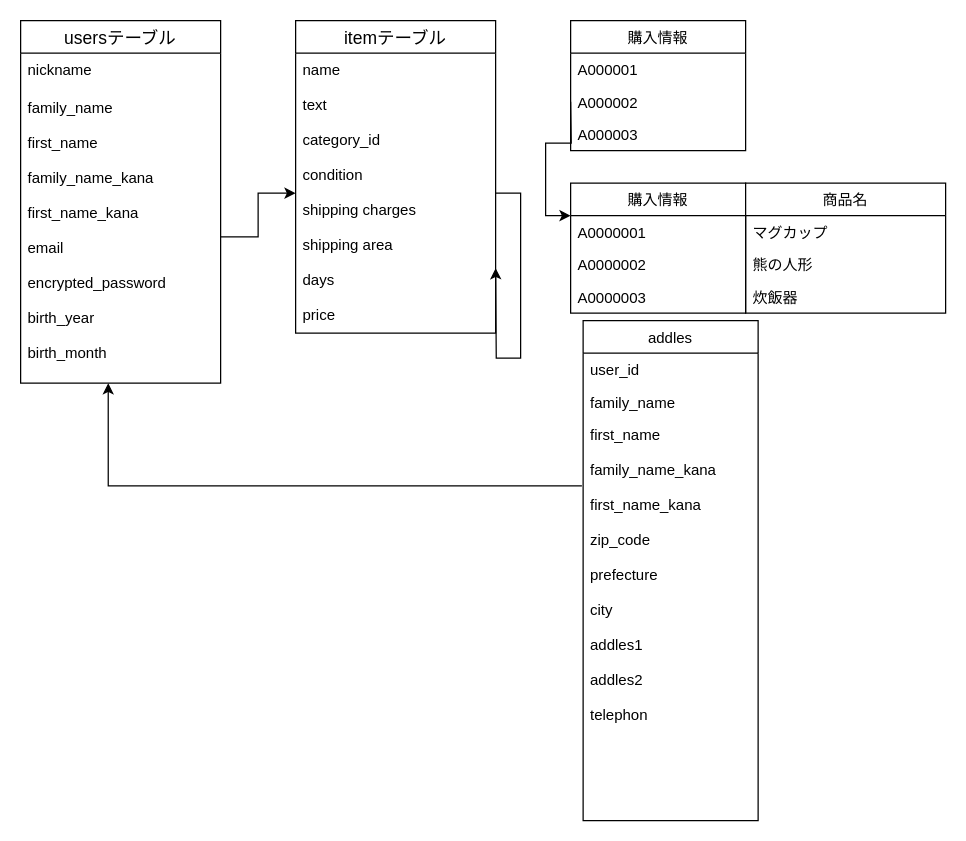
This is app/test.dio from techman104/furima362381, a draw.io file, before an edit. Source tidied: cells renumbered, new cells numbered last; positions are measured from the earlier drawing's top-left corner, leaving out a move shared by most shapes. Both pictures are drawn from the tidied source at 125%, with x=0, y=0 at pixel (20, 20).
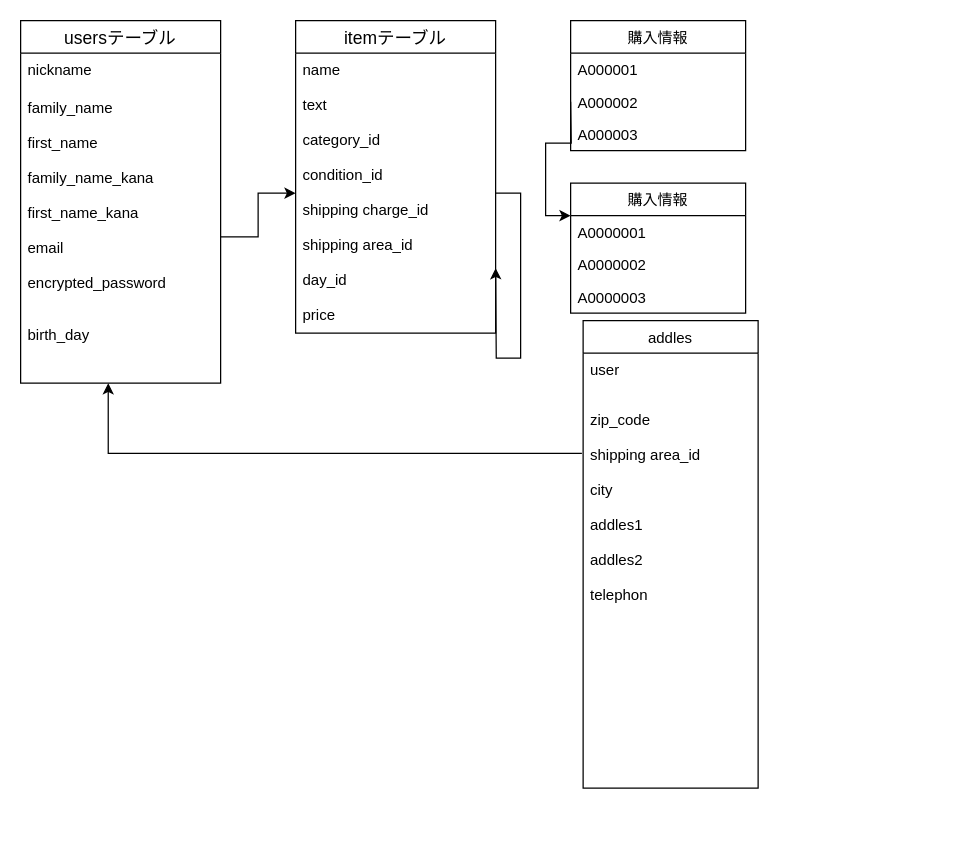
The same page after the edit.

Commit message (it also covers changes not shown here):
read meの修正

The change refers to these unchanged cells:
```xml
<mxCell id="2" value="usersテーブル" style="swimlane;fontStyle=0;horizontal=1;startSize=26;align=center;fontSize=14;" parent="1" vertex="1">
  <mxGeometry width="160" height="290" as="geometry" />
</mxCell>
<mxCell id="6" value="itemテーブル" style="swimlane;fontStyle=0;horizontal=1;startSize=26;align=center;fontSize=14;" parent="1" vertex="1">
  <mxGeometry x="220" width="160" height="250" as="geometry" />
</mxCell>
```

Change to the diagram source:
```diff
@@
-    <mxCell id="4" value="family_name&#10;&#10;first_name&#10;&#10;family_name_kana&#10;&#10;first_name_kana&#10;&#10;email&#10;&#10;encrypted_password&#10;&#10;birth_year&#10;&#10;birth_month&#10;&#10;" style="text;strokeColor=none;fillColor=none;spacingLeft=4;spacingRight=4;overflow=hidden;points=[[0,0.5],[1,0.5]];portConstraint=eastwest;fontSize=12;" parent="2" vertex="1">
+    <mxCell id="4" value="family_name&#10;&#10;first_name&#10;&#10;family_name_kana&#10;&#10;first_name_kana&#10;&#10;email&#10;&#10;encrypted_password&#10;&#10;&#10;birth_day&#10;&#10;" style="text;strokeColor=none;fillColor=none;spacingLeft=4;spacingRight=4;overflow=hidden;points=[[0,0.5],[1,0.5]];portConstraint=eastwest;fontSize=12;" parent="2" vertex="1">
       <mxGeometry y="56" width="160" height="234" as="geometry" />
     </mxCell>
@@
-    <mxCell id="7" value="name&#10;&#10;text&#10;&#10;category_id&#10;&#10;condition&#10;&#10;shipping charges&#10;&#10;shipping area&#10;&#10;days&#10;&#10;price&#10;&#10;" style="text;strokeColor=none;fillColor=none;spacingLeft=4;spacingRight=4;overflow=hidden;points=[[0,0.5],[1,0.5]];portConstraint=eastwest;fontSize=12;" parent="6" vertex="1">
+    <mxCell id="7" value="name&#10;&#10;text&#10;&#10;category_id&#10;&#10;condition_id&#10;&#10;shipping charge_id&#10;&#10;shipping area_id&#10;&#10;day_id&#10;&#10;price&#10;&#10;" style="text;strokeColor=none;fillColor=none;spacingLeft=4;spacingRight=4;overflow=hidden;points=[[0,0.5],[1,0.5]];portConstraint=eastwest;fontSize=12;" parent="6" vertex="1">
       <mxGeometry y="26" width="160" height="224" as="geometry" />
     </mxCell>
@@
-    <mxCell id="21" value="商品名" style="swimlane;fontStyle=0;horizontal=1;startSize=26;" parent="1" vertex="1">
-      <mxGeometry x="580" y="130" width="160" height="104" as="geometry" />
-    </mxCell>
-    <mxCell id="22" value="マグカップ" style="text;strokeColor=none;fillColor=none;align=left;verticalAlign=top;spacingLeft=4;spacingRight=4;overflow=hidden;" parent="21" vertex="1">
-      <mxGeometry y="26" width="160" height="26" as="geometry" />
-    </mxCell>
-    <mxCell id="23" value="熊の人形" style="text;strokeColor=none;fillColor=none;align=left;verticalAlign=top;spacingLeft=4;spacingRight=4;overflow=hidden;" parent="21" vertex="1">
-      <mxGeometry y="52" width="160" height="26" as="geometry" />
-    </mxCell>
-    <mxCell id="24" value="炊飯器" style="text;strokeColor=none;fillColor=none;align=left;verticalAlign=top;spacingLeft=4;spacingRight=4;overflow=hidden;" parent="21" vertex="1">
-      <mxGeometry y="78" width="160" height="26" as="geometry" />
-    </mxCell>
@@
     <mxCell id="26" value="addles" style="swimlane;fontStyle=0;horizontal=1;startSize=26;" parent="1" vertex="1">
-      <mxGeometry x="450" y="240" width="140" height="400" as="geometry" />
+      <mxGeometry x="450" y="240" width="140" height="374" as="geometry" />
     </mxCell>
-    <mxCell id="27" value="user_id" style="text;strokeColor=none;fillColor=none;align=left;verticalAlign=top;spacingLeft=4;spacingRight=4;overflow=hidden;" parent="26" vertex="1">
+    <mxCell id="27" value="user" style="text;strokeColor=none;fillColor=none;align=left;verticalAlign=top;spacingLeft=4;spacingRight=4;overflow=hidden;" parent="26" vertex="1">
       <mxGeometry y="26" width="140" height="26" as="geometry" />
     </mxCell>
-    <mxCell id="28" value="family_name" style="text;strokeColor=none;fillColor=none;align=left;verticalAlign=top;spacingLeft=4;spacingRight=4;overflow=hidden;" parent="26" vertex="1">
-      <mxGeometry y="52" width="140" height="26" as="geometry" />
-    </mxCell>
-    <mxCell id="29" value="first_name&#10;&#10;family_name_kana&#10;&#10;first_name_kana&#10;&#10;zip_code&#10;&#10;prefecture&#10;&#10;city&#10;&#10;addles1&#10;&#10;addles2&#10;&#10;telephon" style="text;strokeColor=none;fillColor=none;align=left;verticalAlign=top;spacingLeft=4;spacingRight=4;overflow=hidden;points=[[0,0.5],[1,0.5]];portConstraint=eastwest;" parent="26" vertex="1">
-      <mxGeometry y="78" width="140" height="322" as="geometry" />
+    <mxCell id="29" value="&#10;zip_code&#10;&#10;shipping area_id&#10;&#10;city&#10;&#10;addles1&#10;&#10;addles2&#10;&#10;telephon" style="text;strokeColor=none;fillColor=none;align=left;verticalAlign=top;spacingLeft=4;spacingRight=4;overflow=hidden;points=[[0,0.5],[1,0.5]];portConstraint=eastwest;" parent="26" vertex="1">
+      <mxGeometry y="52" width="140" height="322" as="geometry" />
     </mxCell>
```
